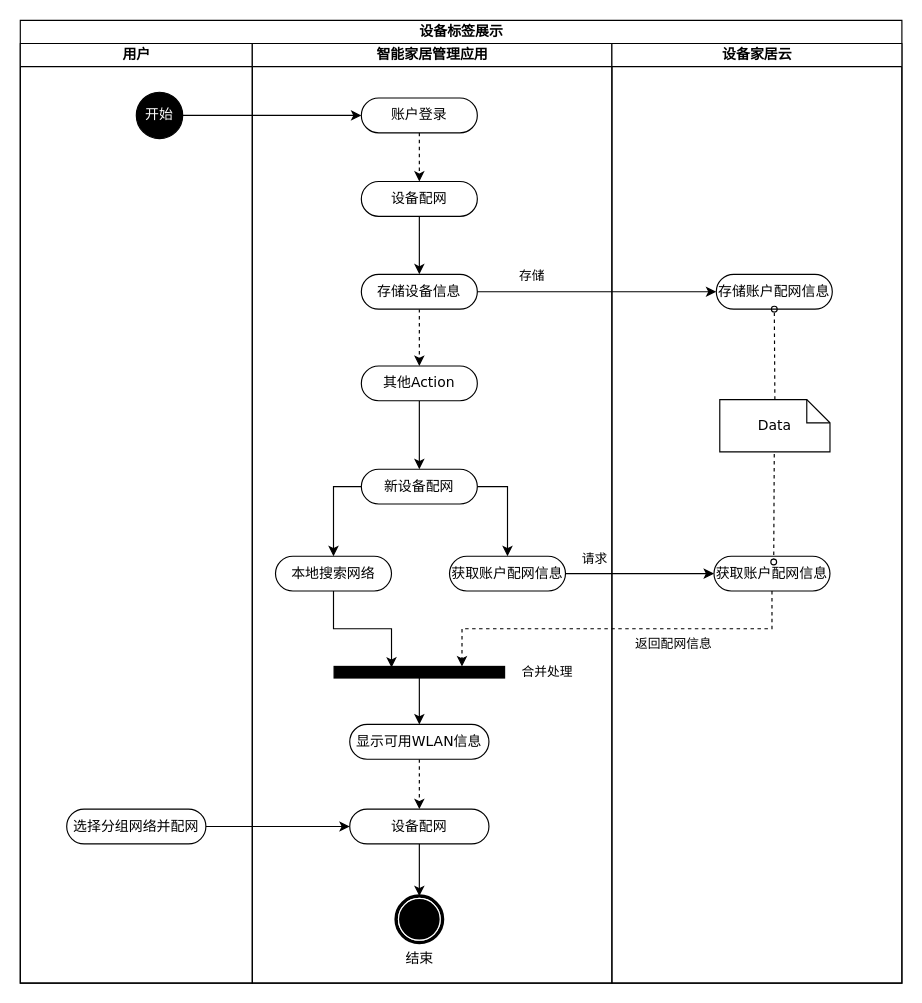
This is draw/智能家居配网场景设备发现与标签展示.drawio from befairyliu/draw.io, a draw.io file, before an edit. Source tidied: cells renumbered, new cells numbered last; positions are measured from the earlier drawing's top-left corner, leaving out a move shared by most shapes. Both pictures are drawn from the tidied source at 116%, with x=0, y=0 at pixel (20, 20).
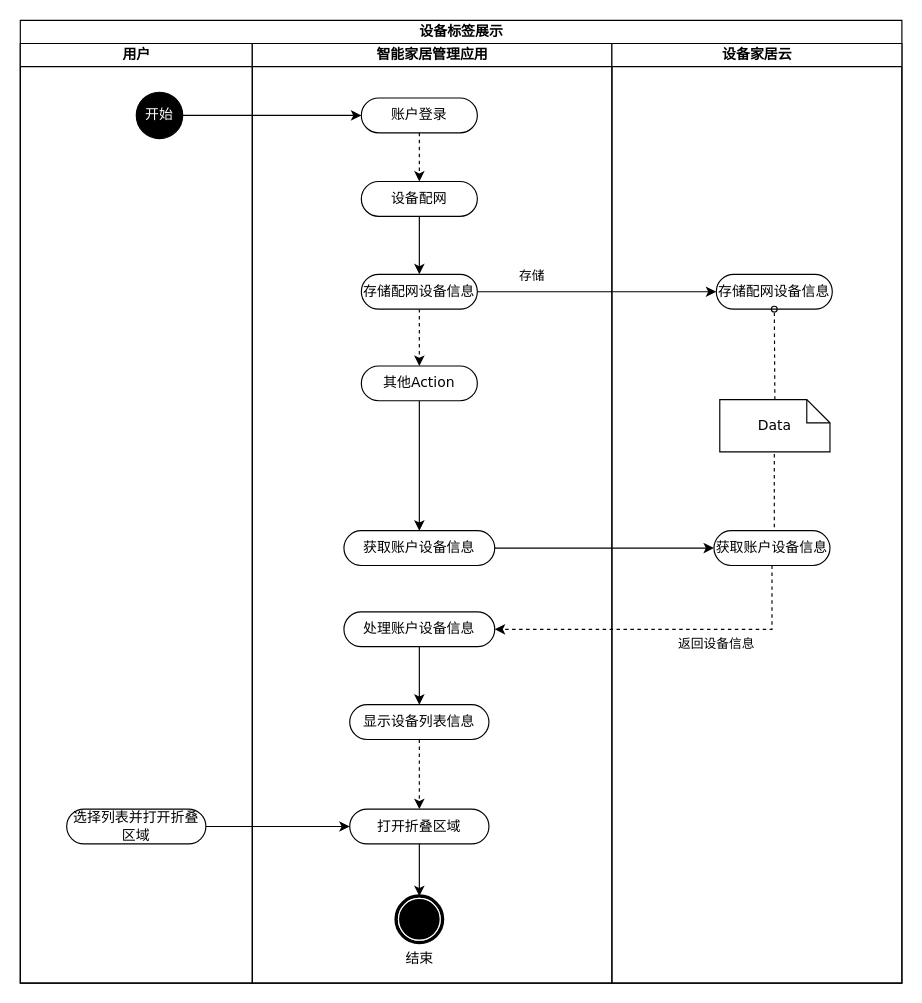
Above is the later version.

Commit message (it also covers changes not shown here):
Update 智能家居配网场景设备发现与标签展示.drawio

The change refers to these unchanged cells:
```xml
<mxCell id="2" value="设备标签展示" style="swimlane;html=1;startSize=20;rounded=0;shadow=0;comic=0;labelBackgroundColor=none;strokeWidth=1;fontFamily=Verdana;fontSize=12;align=center;" parent="1" vertex="1">
  <mxGeometry width="760" height="830" as="geometry" />
</mxCell>
<mxCell id="3" value="用户" style="swimlane;html=1;startSize=20;" parent="2" vertex="1">
  <mxGeometry y="20" width="200" height="810" as="geometry" />
</mxCell>
<mxCell id="6" value="智能家居管理应用" style="swimlane;html=1;startSize=20;" parent="2" vertex="1">
  <mxGeometry x="200" y="20" width="310" height="810" as="geometry" />
</mxCell>
<mxCell id="30" value="设备家居云" style="swimlane;html=1;startSize=20;" parent="2" vertex="1">
  <mxGeometry x="510" y="20" width="250" height="810" as="geometry" />
</mxCell>
<mxCell id="34" value="Data" style="shape=note;whiteSpace=wrap;html=1;rounded=0;shadow=0;comic=0;labelBackgroundColor=none;strokeWidth=1;fontFamily=Verdana;fontSize=12;align=center;size=20;" parent="30" vertex="1">
  <mxGeometry x="93" y="307" width="95" height="45" as="geometry" />
</mxCell>
```

Diff of the diagram source:
```diff
@@
-    <mxCell id="4" value="选择分组网络并配网" style="rounded=1;whiteSpace=wrap;html=1;shadow=0;comic=0;labelBackgroundColor=none;strokeWidth=1;fontFamily=Verdana;fontSize=12;align=center;arcSize=50;" parent="3" vertex="1">
+    <mxCell id="4" value="选择列表并打开折叠区域" style="rounded=1;whiteSpace=wrap;html=1;shadow=0;comic=0;labelBackgroundColor=none;strokeWidth=1;fontFamily=Verdana;fontSize=12;align=center;arcSize=50;" parent="3" vertex="1">
       <mxGeometry x="40" y="660" width="120" height="30" as="geometry" />
     </mxCell>
@@
-    <mxCell id="8" value="存储设备信息" style="rounded=1;whiteSpace=wrap;html=1;shadow=0;comic=0;labelBackgroundColor=none;strokeWidth=1;fontFamily=Verdana;fontSize=12;align=center;arcSize=50;" parent="6" vertex="1">
+    <mxCell id="8" value="存储配网设备信息" style="rounded=1;whiteSpace=wrap;html=1;shadow=0;comic=0;labelBackgroundColor=none;strokeWidth=1;fontFamily=Verdana;fontSize=12;align=center;arcSize=50;" parent="6" vertex="1">
       <mxGeometry x="94" y="199" width="100" height="30" as="geometry" />
     </mxCell>
@@
-    <mxCell id="15" style="edgeStyle=orthogonalEdgeStyle;rounded=0;jettySize=auto;html=1;exitX=0.5;exitY=1;exitDx=0;exitDy=0;entryX=0.337;entryY=0.1;entryDx=0;entryDy=0;entryPerimeter=0;" parent="6" edge="1" source="16" target="21">
-      <mxGeometry relative="1" as="geometry" />
-    </mxCell>
-    <mxCell id="16" value="本地搜索网络" style="rounded=1;whiteSpace=wrap;html=1;shadow=0;comic=0;labelBackgroundColor=none;strokeWidth=1;fontFamily=Verdana;fontSize=12;align=center;arcSize=50;" parent="6" vertex="1">
-      <mxGeometry x="20" y="442" width="100" height="30" as="geometry" />
-    </mxCell>
-    <mxCell id="17" style="edgeStyle=orthogonalEdgeStyle;rounded=0;jettySize=auto;html=1;exitX=0;exitY=0.5;exitDx=0;exitDy=0;" parent="6" edge="1" source="19" target="16">
-      <mxGeometry relative="1" as="geometry">
-        <Array as="points">
-          <mxPoint x="70" y="382" />
-        </Array>
-      </mxGeometry>
-    </mxCell>
-    <mxCell id="18" style="edgeStyle=orthogonalEdgeStyle;rounded=0;jettySize=auto;html=1;exitX=1;exitY=0.5;exitDx=0;exitDy=0;entryX=0.5;entryY=0;entryDx=0;entryDy=0;" parent="6" edge="1" source="19" target="27">
-      <mxGeometry relative="1" as="geometry" />
-    </mxCell>
-    <mxCell id="19" value="新设备配网" style="rounded=1;whiteSpace=wrap;html=1;shadow=0;comic=0;labelBackgroundColor=none;strokeWidth=1;fontFamily=Verdana;fontSize=12;align=center;arcSize=50;" parent="6" vertex="1">
-      <mxGeometry x="94" y="367" width="100" height="30" as="geometry" />
-    </mxCell>
-    <mxCell id="20" style="edgeStyle=orthogonalEdgeStyle;rounded=0;jettySize=auto;html=1;exitX=0.5;exitY=1;exitDx=0;exitDy=0;" parent="6" edge="1" source="21" target="23">
-      <mxGeometry relative="1" as="geometry" />
-    </mxCell>
-    <mxCell id="21" style="whiteSpace=wrap;html=1;rounded=0;shadow=0;comic=0;labelBackgroundColor=none;strokeWidth=1;fillColor=#000000;fontFamily=Verdana;fontSize=12;align=center;rotation=0;" parent="6" vertex="1">
-      <mxGeometry x="70.5" y="537" width="147" height="10" as="geometry" />
-    </mxCell>
@@
-    <mxCell id="23" value="显示可用WLAN信息" style="rounded=1;whiteSpace=wrap;html=1;shadow=0;comic=0;labelBackgroundColor=none;strokeWidth=1;fontFamily=Verdana;fontSize=12;align=center;arcSize=50;" parent="6" vertex="1">
-      <mxGeometry x="84" y="587" width="120" height="30" as="geometry" />
-    </mxCell>
@@
-    <mxCell id="26" value="设备配网" style="rounded=1;whiteSpace=wrap;html=1;shadow=0;comic=0;labelBackgroundColor=none;strokeWidth=1;fontFamily=Verdana;fontSize=12;align=center;arcSize=50;" parent="6" vertex="1">
+    <mxCell id="26" value="打开折叠区域" style="rounded=1;whiteSpace=wrap;html=1;shadow=0;comic=0;labelBackgroundColor=none;strokeWidth=1;fontFamily=Verdana;fontSize=12;align=center;arcSize=50;" parent="6" vertex="1">
       <mxGeometry x="84" y="660" width="120" height="30" as="geometry" />
     </mxCell>
-    <mxCell id="27" value="获取账户配网信息" style="rounded=1;whiteSpace=wrap;html=1;shadow=0;comic=0;labelBackgroundColor=none;strokeWidth=1;fontFamily=Verdana;fontSize=12;align=center;arcSize=50;" parent="6" vertex="1">
-      <mxGeometry x="170" y="442" width="100" height="30" as="geometry" />
-    </mxCell>
-    <mxCell id="28" value="合并处理" style="edgeLabel;html=1;align=center;verticalAlign=middle;" parent="6" vertex="1">
-      <mxGeometry x="260" y="539" as="geometry">
-        <mxPoint x="-7" y="2" as="offset" />
-      </mxGeometry>
-    </mxCell>
-    <mxCell id="29" value="请求" style="edgeLabel;html=1;align=center;verticalAlign=middle;" parent="6" vertex="1">
-      <mxGeometry x="310" y="437" as="geometry">
-        <mxPoint x="-16" y="6" as="offset" />
-      </mxGeometry>
-    </mxCell>
+    <mxCell id="19" value="获取账户设备信息" style="rounded=1;whiteSpace=wrap;html=1;shadow=0;comic=0;labelBackgroundColor=none;strokeWidth=1;fontFamily=Verdana;fontSize=12;align=center;arcSize=50;" parent="6" vertex="1">
+      <mxGeometry x="79" y="420" width="130" height="30" as="geometry" />
+    </mxCell>
+    <mxCell id="43" style="edgeStyle=orthogonalEdgeStyle;rounded=0;jettySize=auto;html=1;exitX=0.5;exitY=1;exitDx=0;exitDy=0;entryX=0.5;entryY=0;entryDx=0;entryDy=0;" parent="6" edge="1" source="44" target="23">
+      <mxGeometry relative="1" as="geometry" />
+    </mxCell>
+    <mxCell id="44" value="处理账户设备信息" style="rounded=1;whiteSpace=wrap;html=1;shadow=0;comic=0;labelBackgroundColor=none;strokeWidth=1;fontFamily=Verdana;fontSize=12;align=center;arcSize=50;" parent="6" vertex="1">
+      <mxGeometry x="79" y="490" width="130" height="30" as="geometry" />
+    </mxCell>
+    <mxCell id="23" value="显示设备列表信息" style="rounded=1;whiteSpace=wrap;html=1;shadow=0;comic=0;labelBackgroundColor=none;strokeWidth=1;fontFamily=Verdana;fontSize=12;align=center;arcSize=50;" parent="6" vertex="1">
+      <mxGeometry x="84" y="570" width="120" height="30" as="geometry" />
+    </mxCell>
@@
-    <mxCell id="31" value="获取账户配网信息" style="rounded=1;whiteSpace=wrap;html=1;shadow=0;comic=0;labelBackgroundColor=none;strokeWidth=1;fontFamily=Verdana;fontSize=12;align=center;arcSize=50;" parent="30" vertex="1">
-      <mxGeometry x="88" y="442" width="100" height="30" as="geometry" />
-    </mxCell>
     <mxCell id="32" style="edgeStyle=none;rounded=0;html=1;dashed=1;labelBackgroundColor=none;startArrow=none;startFill=0;startSize=5;endArrow=oval;endFill=0;endSize=5;jettySize=auto;strokeWidth=1;fontFamily=Verdana;fontSize=12;exitX=0.5;exitY=1;exitDx=0;exitDy=0;exitPerimeter=0;" parent="30" edge="1" source="34">
       <mxGeometry relative="1" as="geometry">
-        <mxPoint x="139.5" y="447" as="targetPoint" />
+        <mxPoint x="140" y="440" as="targetPoint" />
         <Array as="points">
           <mxPoint x="140" y="347" />
         </Array>
       </mxGeometry>
     </mxCell>
-    <mxCell id="33" value="存储账户配网信息" style="rounded=1;whiteSpace=wrap;html=1;shadow=0;comic=0;labelBackgroundColor=none;strokeWidth=1;fontFamily=Verdana;fontSize=12;align=center;arcSize=50;" parent="30" vertex="1">
+    <mxCell id="33" value="存储配网设备信息" style="rounded=1;whiteSpace=wrap;html=1;shadow=0;comic=0;labelBackgroundColor=none;strokeWidth=1;fontFamily=Verdana;fontSize=12;align=center;arcSize=50;" parent="30" vertex="1">
       <mxGeometry x="90" y="199" width="100" height="30" as="geometry" />
     </mxCell>
@@
+    <mxCell id="31" value="获取账户设备信息" style="rounded=1;whiteSpace=wrap;html=1;shadow=0;comic=0;labelBackgroundColor=none;strokeWidth=1;fontFamily=Verdana;fontSize=12;align=center;arcSize=50;" parent="30" vertex="1">
+      <mxGeometry x="88" y="420" width="100" height="30" as="geometry" />
+    </mxCell>
@@
-    <mxCell id="39" style="edgeStyle=orthogonalEdgeStyle;rounded=0;jettySize=auto;html=1;exitX=1;exitY=0.5;exitDx=0;exitDy=0;entryX=0;entryY=0.5;entryDx=0;entryDy=0;" parent="2" edge="1" source="27" target="31">
-      <mxGeometry relative="1" as="geometry" />
-    </mxCell>
-    <mxCell id="40" style="edgeStyle=orthogonalEdgeStyle;rounded=0;jettySize=auto;html=1;exitX=0.5;exitY=1;exitDx=0;exitDy=0;entryX=0.75;entryY=0;entryDx=0;entryDy=0;dashed=1;" parent="2" edge="1" source="31" target="21">
+    <mxCell id="40" style="edgeStyle=orthogonalEdgeStyle;rounded=0;jettySize=auto;html=1;exitX=0.5;exitY=1;exitDx=0;exitDy=0;entryX=1;entryY=0.5;entryDx=0;entryDy=0;dashed=1;" parent="2" edge="1" source="31" target="44">
       <mxGeometry relative="1" as="geometry" />
     </mxCell>
-    <mxCell id="41" value="返回配网信息" style="edgeLabel;html=1;align=center;verticalAlign=middle;" parent="40" vertex="1">
+    <mxCell id="41" value="返回设备信息" style="edgeLabel;html=1;align=center;verticalAlign=middle;" parent="40" vertex="1">
       <mxGeometry x="-0.29" y="-1" relative="1" as="geometry">
         <mxPoint y="13.5" as="offset" />
       </mxGeometry>
     </mxCell>
@@
+    <mxCell id="45" style="edgeStyle=orthogonalEdgeStyle;rounded=0;jettySize=auto;html=1;exitX=1;exitY=0.5;exitDx=0;exitDy=0;entryX=0;entryY=0.5;entryDx=0;entryDy=0;" parent="2" edge="1" source="19" target="31">
+      <mxGeometry relative="1" as="geometry" />
+    </mxCell>
```
